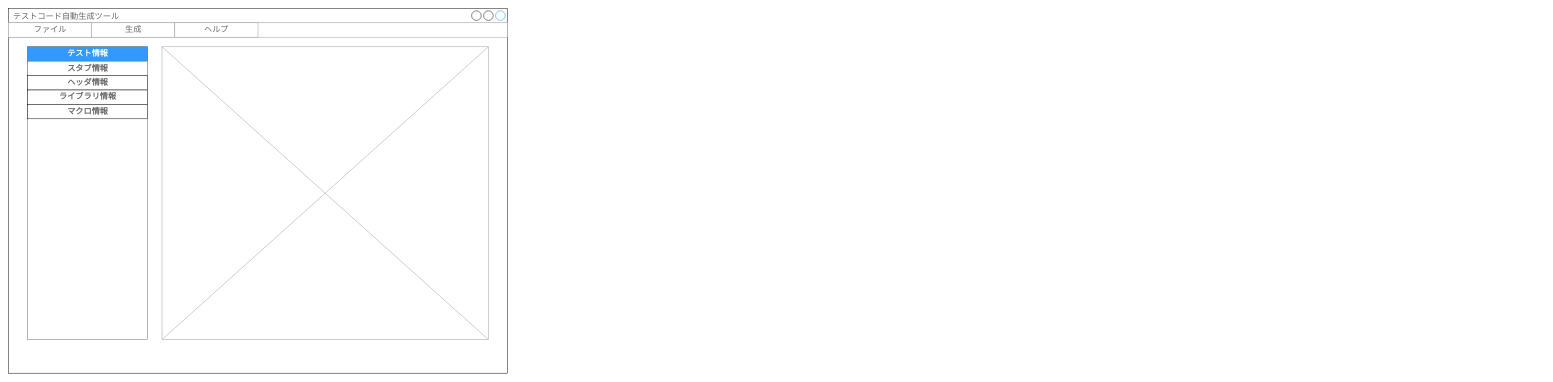
CountrySideEngineer/AutoTestPrep keeps this draw.io diagram as page "基本画面構成" (1 of 6) of doc/design/AutoTestPrep_ViewLayout.drawio. Above is the earlier version. Source tidied: cells renumbered, new cells numbered last; positions are measured from the earlier drawing's top-left corner, leaving out a move shared by most shapes. Both pictures are drawn from the tidied source at 48%, with x=0, y=0 at pixel (8, 8).
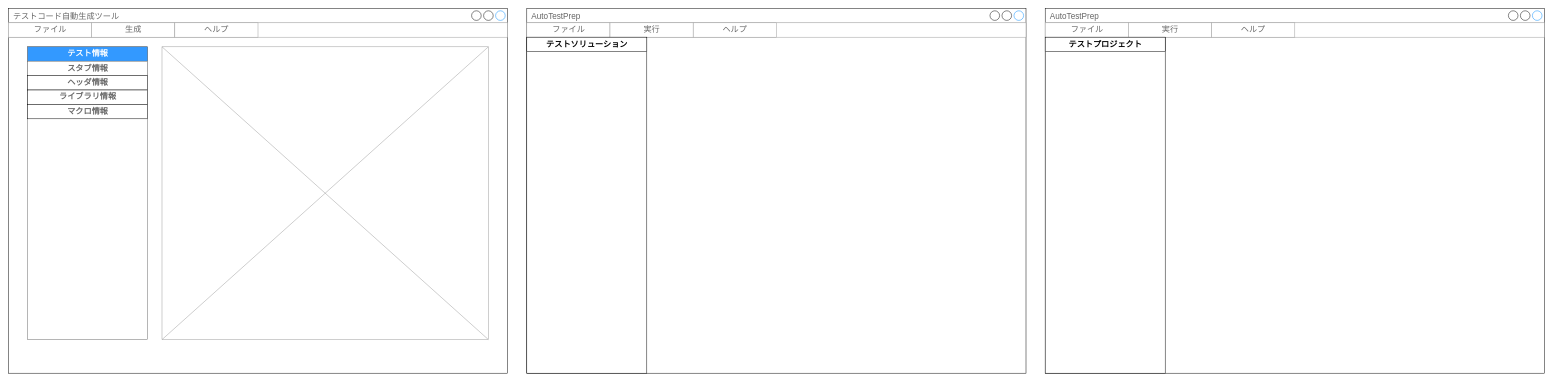
After the change.

Commit message:
Update view layout. Change view layout of the application.

The edit, as a diff of the source:
```diff
@@
+    <mxCell id="14" value="AutoTestPrep" style="strokeWidth=1;shadow=0;dashed=0;align=center;html=1;shape=mxgraph.mockup.containers.window;align=left;verticalAlign=top;spacingLeft=8;strokeColor2=#008cff;strokeColor3=#c4c4c4;fontColor=#666666;mainText=;fontSize=17;labelBackgroundColor=none;strokeColor=#000000;" parent="1" vertex="1">
+      <mxGeometry x="1080" width="1040" height="760" as="geometry" />
+    </mxCell>
+    <mxCell id="15" style="strokeWidth=1;shadow=0;dashed=0;align=center;html=1;shape=mxgraph.mockup.forms.rrect;rSize=0;strokeColor=#999999;" parent="1" vertex="1">
+      <mxGeometry x="1080" y="30" width="1040" height="30" as="geometry" />
+    </mxCell>
+    <mxCell id="16" value="ファイル" style="strokeColor=inherit;fillColor=inherit;gradientColor=inherit;strokeWidth=1;shadow=0;dashed=0;align=center;html=1;shape=mxgraph.mockup.forms.rrect;rSize=0;fontSize=17;fontColor=#666666;" parent="15" vertex="1">
+      <mxGeometry width="173.3" height="30" as="geometry" />
+    </mxCell>
+    <mxCell id="17" value="実行" style="strokeColor=inherit;fillColor=inherit;gradientColor=inherit;strokeWidth=1;shadow=0;dashed=0;align=center;html=1;shape=mxgraph.mockup.forms.rrect;rSize=0;fontSize=17;fontColor=#666666;" parent="15" vertex="1">
+      <mxGeometry x="173.3" width="173.3" height="30" as="geometry" />
+    </mxCell>
+    <mxCell id="18" value="ヘルプ" style="strokeColor=inherit;fillColor=inherit;gradientColor=inherit;strokeWidth=1;shadow=0;dashed=0;align=center;html=1;shape=mxgraph.mockup.forms.rrect;rSize=0;fontSize=17;fontColor=#666666;" parent="15" vertex="1">
+      <mxGeometry x="346.7" width="173.3" height="30" as="geometry" />
+    </mxCell>
+    <mxCell id="19" style="strokeWidth=1;shadow=0;dashed=0;align=center;html=1;shape=mxgraph.mockup.containers.rrect;rSize=0;strokeColor=#000000;" parent="1" vertex="1">
+      <mxGeometry x="1080" y="60" width="250" height="700" as="geometry" />
+    </mxCell>
+    <mxCell id="20" value="テストソリューション" style="strokeColor=inherit;fillColor=#ffffff;gradientColor=none;strokeWidth=1;shadow=0;dashed=0;align=center;html=1;shape=mxgraph.mockup.containers.rrect;rSize=0;fontSize=17;fontColor=#000000;fontStyle=1;" parent="19" vertex="1">
+      <mxGeometry width="250" height="30" relative="1" as="geometry" />
+    </mxCell>
+    <mxCell id="21" value="AutoTestPrep" style="strokeWidth=1;shadow=0;dashed=0;align=center;html=1;shape=mxgraph.mockup.containers.window;align=left;verticalAlign=top;spacingLeft=8;strokeColor2=#008cff;strokeColor3=#c4c4c4;fontColor=#666666;mainText=;fontSize=17;labelBackgroundColor=none;strokeColor=#000000;" parent="1" vertex="1">
+      <mxGeometry x="2160" width="1040" height="760" as="geometry" />
+    </mxCell>
+    <mxCell id="22" style="strokeWidth=1;shadow=0;dashed=0;align=center;html=1;shape=mxgraph.mockup.forms.rrect;rSize=0;strokeColor=#999999;" parent="1" vertex="1">
+      <mxGeometry x="2160" y="30" width="1040" height="30" as="geometry" />
+    </mxCell>
+    <mxCell id="23" value="ファイル" style="strokeColor=inherit;fillColor=inherit;gradientColor=inherit;strokeWidth=1;shadow=0;dashed=0;align=center;html=1;shape=mxgraph.mockup.forms.rrect;rSize=0;fontSize=17;fontColor=#666666;" parent="22" vertex="1">
+      <mxGeometry width="173.3" height="30" as="geometry" />
+    </mxCell>
+    <mxCell id="24" value="実行" style="strokeColor=inherit;fillColor=inherit;gradientColor=inherit;strokeWidth=1;shadow=0;dashed=0;align=center;html=1;shape=mxgraph.mockup.forms.rrect;rSize=0;fontSize=17;fontColor=#666666;" parent="22" vertex="1">
+      <mxGeometry x="173.3" width="173.3" height="30" as="geometry" />
+    </mxCell>
+    <mxCell id="25" value="ヘルプ" style="strokeColor=inherit;fillColor=inherit;gradientColor=inherit;strokeWidth=1;shadow=0;dashed=0;align=center;html=1;shape=mxgraph.mockup.forms.rrect;rSize=0;fontSize=17;fontColor=#666666;" parent="22" vertex="1">
+      <mxGeometry x="346.7" width="173.3" height="30" as="geometry" />
+    </mxCell>
+    <mxCell id="26" style="strokeWidth=1;shadow=0;dashed=0;align=center;html=1;shape=mxgraph.mockup.containers.rrect;rSize=0;strokeColor=#000000;" parent="1" vertex="1">
+      <mxGeometry x="2160" y="60" width="250" height="700" as="geometry" />
+    </mxCell>
+    <mxCell id="27" value="テストプロジェクト" style="strokeColor=inherit;fillColor=#ffffff;gradientColor=none;strokeWidth=1;shadow=0;dashed=0;align=center;html=1;shape=mxgraph.mockup.containers.rrect;rSize=0;fontSize=17;fontColor=#000000;fontStyle=1;" parent="26" vertex="1">
+      <mxGeometry width="250" height="30" relative="1" as="geometry" />
+    </mxCell>
```
